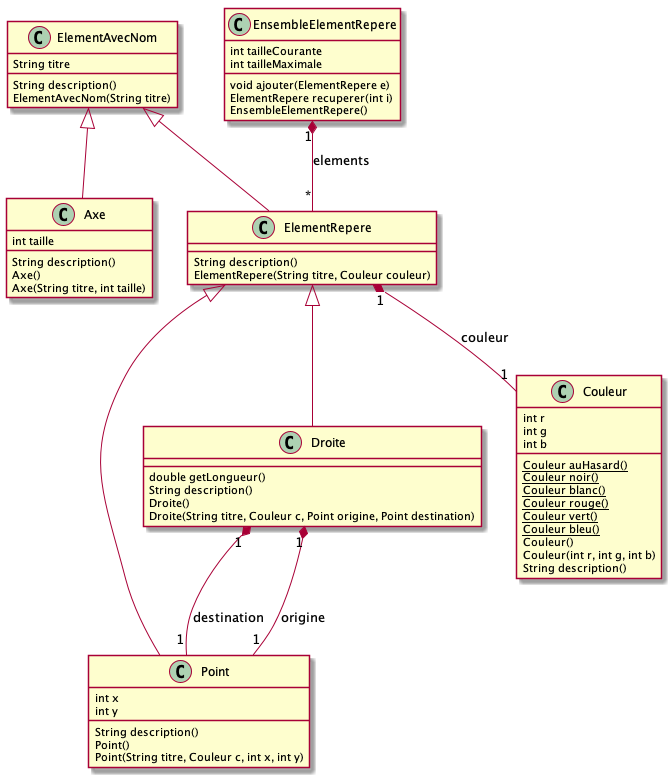
Earlier version of the PlantUML export tp1/doc/design.png (EnseirbTelecom/pg220-official). Its source is kept beside it as tp1/doc/design.puml.
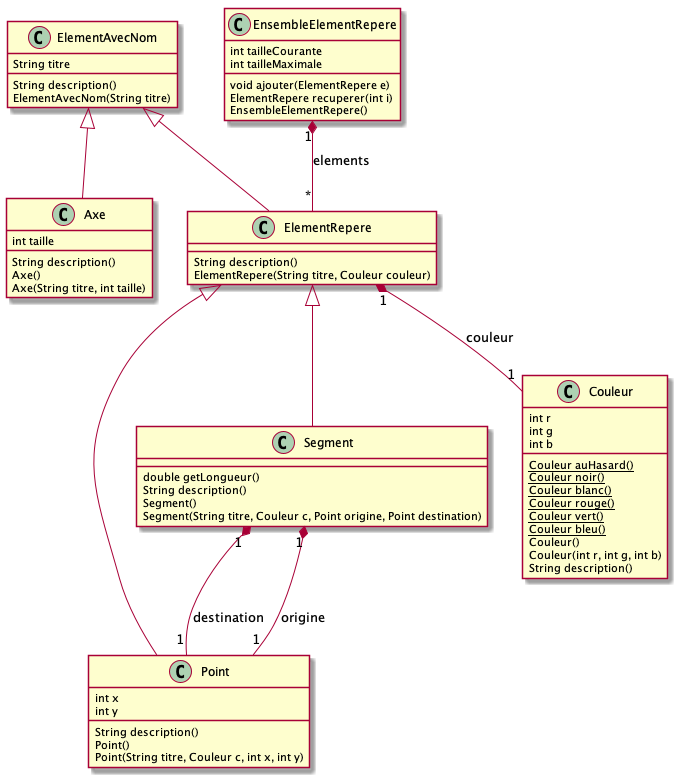
After the commit.

Commit message:
fix: rename Droite to Segment.

Diff of the diagram source:
```diff
@@ -15,15 +15,15 @@
   Point()
   Point(String titre, Couleur c, int x, int y)
 }
-ElementRepere <|-- Droite
-class Droite {
+ElementRepere <|-- Segment
+class Segment {
   double getLongueur()
   String description()
-  Droite()
-  Droite(String titre, Couleur c, Point origine, Point destination)
+  Segment()
+  Segment(String titre, Couleur c, Point origine, Point destination)
 }
-Droite "1" *-- "1" Point : origine
-Droite "1" *-- "1" Point : destination
+Segment "1" *-- "1" Point : origine
+Segment "1" *-- "1" Point : destination
 class Couleur {
   {static} Couleur auHasard()
   {static} Couleur noir()
```
